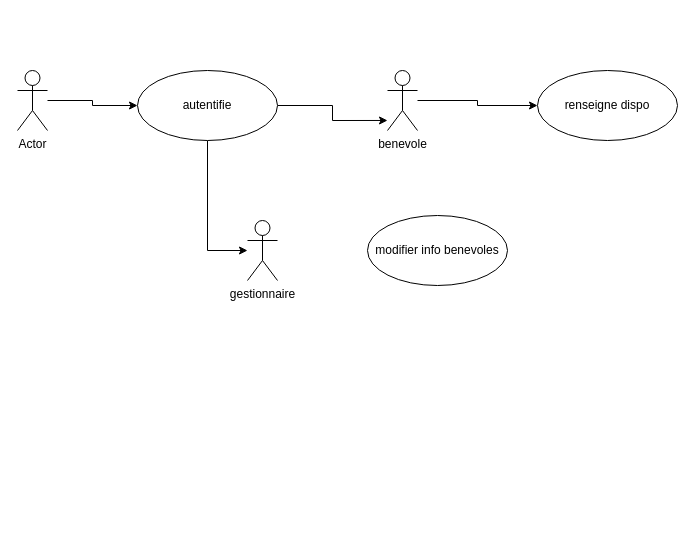
EvanEb/projet3 keeps this draw.io diagram as documentation/Untitled Diagram.drawio. Above is the earlier version. Source tidied: cells renumbered, new cells numbered last; positions are measured from the earlier drawing's top-left corner, leaving out a move shared by most shapes. Both pictures are drawn from the tidied source at 100%, with x=0, y=0 at pixel (17, 70).
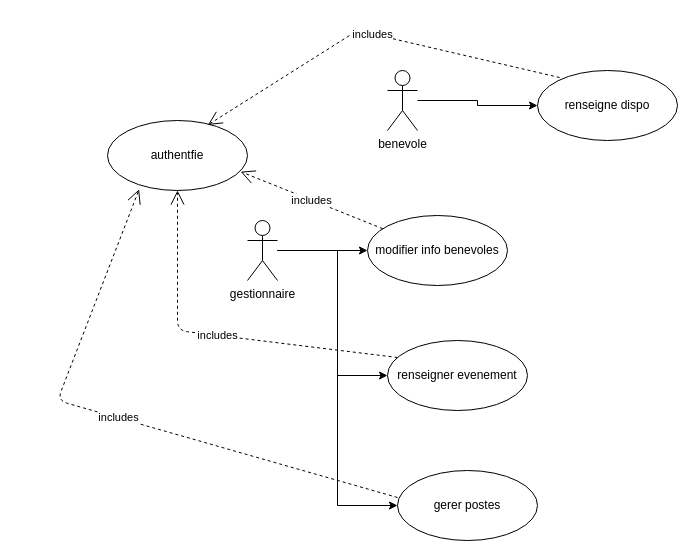
Above is the later version.

The change refers to these unchanged cells:
```xml
<mxCell id="8" value="benevole" style="shape=umlActor;verticalLabelPosition=bottom;verticalAlign=top;html=1;" parent="1" vertex="1">
  <mxGeometry x="370" width="30" height="60" as="geometry" />
</mxCell>
<mxCell id="10" value="modifier info benevoles" style="ellipse;whiteSpace=wrap;html=1;" parent="1" vertex="1">
  <mxGeometry x="350" y="145" width="140" height="70" as="geometry" />
</mxCell>
<mxCell id="11" value="gestionnaire&lt;br&gt;" style="shape=umlActor;verticalLabelPosition=bottom;verticalAlign=top;html=1;outlineConnect=0;" parent="1" vertex="1">
  <mxGeometry x="230" y="150" width="30" height="60" as="geometry" />
</mxCell>
```

Change to the diagram source:
```diff
@@
-    <mxCell id="2" style="edgeStyle=orthogonalEdgeStyle;rounded=0;jettySize=auto;html=1;entryX=0;entryY=0.5;entryDx=0;entryDy=0;" parent="1" edge="1" source="3" target="6">
-      <mxGeometry relative="1" as="geometry" />
-    </mxCell>
-    <mxCell id="3" value="Actor" style="shape=umlActor;verticalLabelPosition=bottom;verticalAlign=top;html=1;" parent="1" vertex="1">
-      <mxGeometry width="30" height="60" as="geometry" />
-    </mxCell>
-    <mxCell id="4" style="edgeStyle=orthogonalEdgeStyle;rounded=0;jettySize=auto;html=1;entryX=0;entryY=0.833;entryDx=0;entryDy=0;entryPerimeter=0;" parent="1" edge="1" source="6" target="8">
-      <mxGeometry relative="1" as="geometry" />
-    </mxCell>
-    <mxCell id="5" style="edgeStyle=orthogonalEdgeStyle;rounded=0;jettySize=auto;html=1;" parent="1" edge="1" source="6" target="11">
-      <mxGeometry relative="1" as="geometry">
-        <Array as="points">
-          <mxPoint x="190" y="180" />
-        </Array>
-      </mxGeometry>
-    </mxCell>
-    <mxCell id="6" value="autentifie" style="ellipse;whiteSpace=wrap;html=1;" parent="1" vertex="1">
-      <mxGeometry x="120" width="140" height="70" as="geometry" />
-    </mxCell>
@@
+    <mxCell id="12" style="edgeStyle=orthogonalEdgeStyle;rounded=0;jettySize=auto;html=1;entryX=0;entryY=0.5;entryDx=0;entryDy=0;" parent="1" edge="1" source="11" target="10">
+      <mxGeometry relative="1" as="geometry" />
+    </mxCell>
+    <mxCell id="13" style="edgeStyle=orthogonalEdgeStyle;rounded=0;jettySize=auto;html=1;" parent="1" edge="1" source="11" target="15">
+      <mxGeometry relative="1" as="geometry">
+        <Array as="points">
+          <mxPoint x="320" y="180" />
+          <mxPoint x="320" y="305" />
+        </Array>
+      </mxGeometry>
+    </mxCell>
+    <mxCell id="14" style="edgeStyle=orthogonalEdgeStyle;rounded=0;jettySize=auto;html=1;entryX=0;entryY=0.5;entryDx=0;entryDy=0;" parent="1" edge="1" source="11" target="16">
+      <mxGeometry relative="1" as="geometry" />
+    </mxCell>
@@
+    <mxCell id="15" value="renseigner evenement&lt;br&gt;" style="ellipse;whiteSpace=wrap;html=1;" parent="1" vertex="1">
+      <mxGeometry x="370" y="270" width="140" height="70" as="geometry" />
+    </mxCell>
+    <mxCell id="16" value="gerer postes&lt;br&gt;" style="ellipse;whiteSpace=wrap;html=1;" parent="1" vertex="1">
+      <mxGeometry x="380" y="400" width="140" height="70" as="geometry" />
+    </mxCell>
+    <mxCell id="17" value="authentfie" style="ellipse;whiteSpace=wrap;html=1;" parent="1" vertex="1">
+      <mxGeometry x="90" y="50" width="140" height="70" as="geometry" />
+    </mxCell>
+    <mxCell id="18" value="includes" style="endArrow=open;endSize=12;dashed=1;html=1;entryX=0.951;entryY=0.731;entryDx=0;entryDy=0;entryPerimeter=0;" parent="1" edge="1" source="10" target="17">
+      <mxGeometry relative="1" as="geometry" />
+    </mxCell>
+    <mxCell id="19" value="includes" style="endArrow=open;endSize=12;dashed=1;html=1;entryX=0.5;entryY=1;entryDx=0;entryDy=0;" parent="1" edge="1" target="17">
+      <mxGeometry relative="1" as="geometry">
+        <mxPoint x="380" y="287" as="sourcePoint" />
+        <Array as="points">
+          <mxPoint x="160" y="260" />
+        </Array>
+      </mxGeometry>
+    </mxCell>
+    <mxCell id="20" value="includes" style="endArrow=open;endSize=12;dashed=1;html=1;entryX=0.717;entryY=0.063;entryDx=0;entryDy=0;entryPerimeter=0;" parent="1" edge="1" target="17">
+      <mxGeometry relative="1" as="geometry">
+        <mxPoint x="542.1" y="7" as="sourcePoint" />
+        <Array as="points">
+          <mxPoint x="340" y="-40" />
+        </Array>
+      </mxGeometry>
+    </mxCell>
+    <mxCell id="21" value="includes" style="endArrow=open;endSize=12;dashed=1;html=1;entryX=0.226;entryY=0.983;entryDx=0;entryDy=0;entryPerimeter=0;" parent="1" edge="1" target="17">
+      <mxGeometry relative="1" as="geometry">
+        <mxPoint x="380" y="427" as="sourcePoint" />
+        <Array as="points">
+          <mxPoint x="40" y="330" />
+        </Array>
+      </mxGeometry>
+    </mxCell>
```
